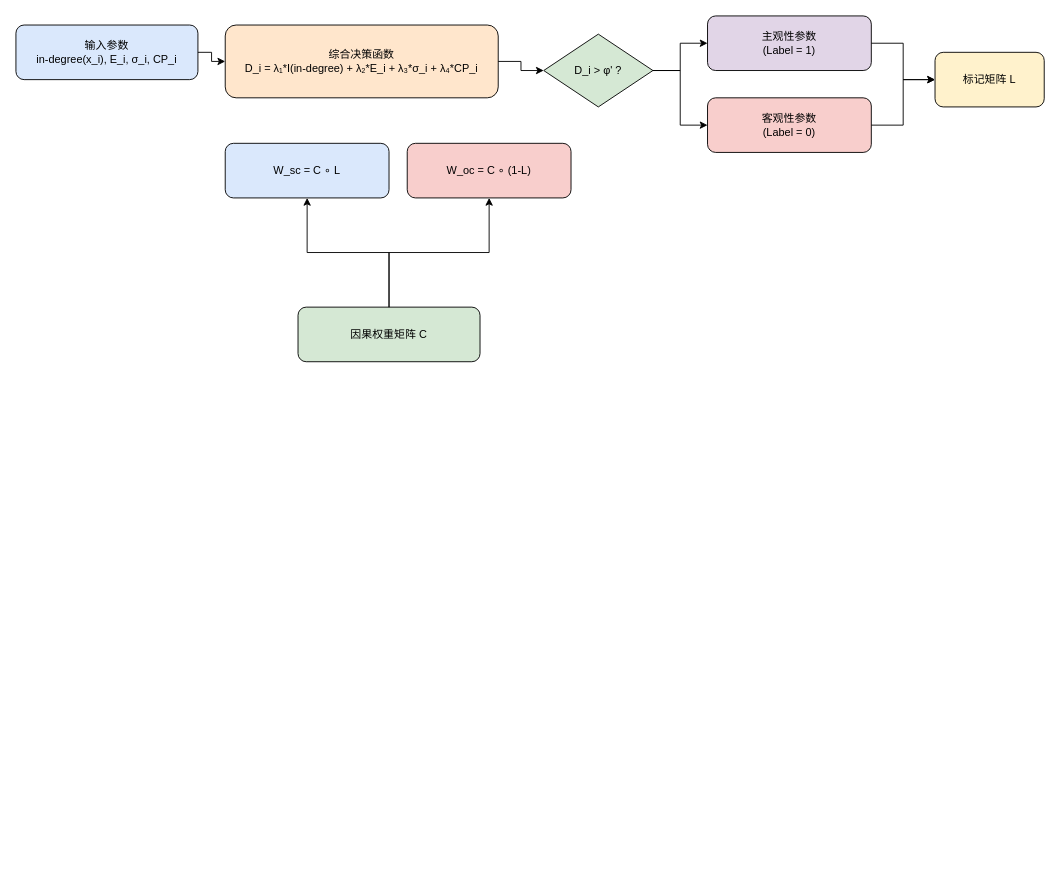
hzb29/hzb29 keeps this draw.io diagram as Causal.drawio. Above is the earlier version. Source tidied: cells renumbered, new cells numbered last; positions are measured from the earlier drawing's top-left corner, leaving out a move shared by most shapes. Both pictures are drawn from the tidied source at 91%, with x=0, y=0 at pixel (15, 15).
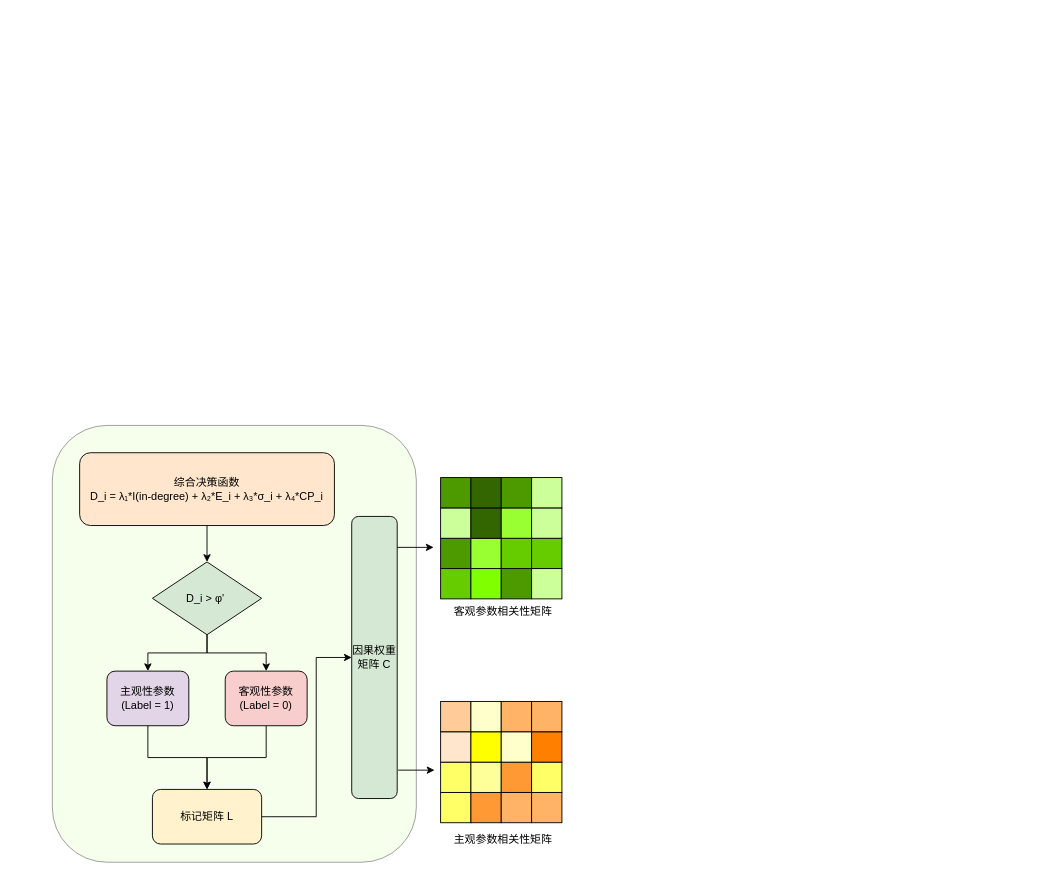
Above is the later version.

What changed in the source:
```diff
@@
-    <mxCell id="2" value="输入参数&#10;in-degree(x_i), E_i, σ_i, CP_i" style="rounded=1;whiteSpace=wrap;html=1;fillColor=#dae8fc;" parent="1" vertex="1">
-      <mxGeometry y="10" width="200" height="60" as="geometry" />
-    </mxCell>
+    <mxCell id="19" style="rounded=1;whiteSpace=wrap;html=1;fillColor=#E6FFCC;opacity=40;" parent="1" vertex="1">
+      <mxGeometry x="40" y="450" width="400" height="480" as="geometry" />
+    </mxCell>
     <mxCell id="3" value="综合决策函数&#10;D_i = λ₁*I(in-degree) + λ₂*E_i + λ₃*σ_i + λ₄*CP_i" style="rounded=1;whiteSpace=wrap;html=1;fillColor=#ffe6cc;" parent="1" vertex="1">
-      <mxGeometry x="230" y="10" width="300" height="80" as="geometry" />
+      <mxGeometry x="70" y="480" width="280" height="80" as="geometry" />
     </mxCell>
-    <mxCell id="4" value="D_i &gt; φ' ?" style="rhombus;whiteSpace=wrap;html=1;fillColor=#d5e8d4;" parent="1" vertex="1">
-      <mxGeometry x="580" y="20" width="120" height="80" as="geometry" />
+    <mxCell id="4" value="D_i &amp;gt; φ'&amp;nbsp;" style="rhombus;whiteSpace=wrap;html=1;fillColor=#d5e8d4;" parent="1" vertex="1">
+      <mxGeometry x="150" y="600" width="120" height="80" as="geometry" />
     </mxCell>
     <mxCell id="5" value="主观性参数&#10;(Label = 1)" style="rounded=1;whiteSpace=wrap;html=1;fillColor=#e1d5e7;" parent="1" vertex="1">
-      <mxGeometry x="760" width="180" height="60" as="geometry" />
+      <mxGeometry x="100" y="720" width="90" height="60" as="geometry" />
     </mxCell>
     <mxCell id="6" value="客观性参数&#10;(Label = 0)" style="rounded=1;whiteSpace=wrap;html=1;fillColor=#f8cecc;" parent="1" vertex="1">
-      <mxGeometry x="760" y="90" width="180" height="60" as="geometry" />
+      <mxGeometry x="230" y="720" width="90" height="60" as="geometry" />
     </mxCell>
     <mxCell id="7" value="因果权重矩阵 C" style="rounded=1;whiteSpace=wrap;html=1;fillColor=#d5e8d4;" parent="1" vertex="1">
-      <mxGeometry x="310" y="320" width="200" height="60" as="geometry" />
+      <mxGeometry x="369" y="550" width="50" height="310" as="geometry" />
     </mxCell>
-    <mxCell id="8" value="W_sc = C ∘ L" style="rounded=1;whiteSpace=wrap;html=1;fillColor=#dae8fc;" parent="1" vertex="1">
-      <mxGeometry x="230" y="140" width="180" height="60" as="geometry" />
-    </mxCell>
-    <mxCell id="9" value="W_oc = C ∘ (1-L)" style="rounded=1;whiteSpace=wrap;html=1;fillColor=#f8cecc;" parent="1" vertex="1">
-      <mxGeometry x="430" y="140" width="180" height="60" as="geometry" />
-    </mxCell>
+    <mxCell id="20" style="edgeStyle=orthogonalEdgeStyle;rounded=0;jettySize=auto;html=1;exitX=1;exitY=0.5;exitDx=0;exitDy=0;entryX=0;entryY=0.5;entryDx=0;entryDy=0;" parent="1" edge="1" source="10" target="7">
+      <mxGeometry relative="1" as="geometry">
+        <Array as="points">
+          <mxPoint x="330" y="880" />
+          <mxPoint x="330" y="705" />
+        </Array>
+      </mxGeometry>
+    </mxCell>
     <mxCell id="10" value="标记矩阵 L" style="rounded=1;whiteSpace=wrap;html=1;fillColor=#fff2cc;" parent="1" vertex="1">
-      <mxGeometry x="1010" y="40" width="120" height="60" as="geometry" />
+      <mxGeometry x="150" y="850" width="120" height="60" as="geometry" />
     </mxCell>
-    <mxCell id="11" style="edgeStyle=orthogonalEdgeStyle;rounded=0;html=1;" parent="1" edge="1" source="2" target="3">
-      <mxGeometry relative="1" as="geometry" />
-    </mxCell>
@@
-    <mxCell id="15" style="edgeStyle=orthogonalEdgeStyle;rounded=0;html=1;" parent="1" edge="1" source="7" target="8">
-      <mxGeometry relative="1" as="geometry" />
-    </mxCell>
-    <mxCell id="16" style="edgeStyle=orthogonalEdgeStyle;rounded=0;html=1;" parent="1" edge="1" source="7" target="9">
-      <mxGeometry relative="1" as="geometry" />
-    </mxCell>
@@
+    <mxCell id="21" style="group;" parent="1" vertex="1">
+      <mxGeometry x="460" y="504" width="160" height="140" as="geometry" />
+    </mxCell>
+    <mxCell id="22" style="whiteSpace=wrap;html=1;fillColor=#66CC00;" parent="21" vertex="1">
+      <mxGeometry x="6.7" y="103.3" width="33.3" height="33.3" as="geometry" />
+    </mxCell>
+    <mxCell id="23" style="whiteSpace=wrap;html=1;fillColor=#80FF00;" parent="21" vertex="1">
+      <mxGeometry x="40" y="103.3" width="33.3" height="33.3" as="geometry" />
+    </mxCell>
+    <mxCell id="24" style="whiteSpace=wrap;html=1;fillColor=#4D9900;" parent="21" vertex="1">
+      <mxGeometry x="73.3" y="103.3" width="33.3" height="33.3" as="geometry" />
+    </mxCell>
+    <mxCell id="25" style="whiteSpace=wrap;html=1;fillColor=#CCFF99;" parent="21" vertex="1">
+      <mxGeometry x="106.7" y="103.3" width="33.3" height="33.3" as="geometry" />
+    </mxCell>
+    <mxCell id="26" style="whiteSpace=wrap;html=1;fillColor=#4D9900;" parent="21" vertex="1">
+      <mxGeometry x="6.7" y="70" width="33.3" height="33.3" as="geometry" />
+    </mxCell>
+    <mxCell id="27" style="whiteSpace=wrap;html=1;fillColor=#99FF33;" parent="21" vertex="1">
+      <mxGeometry x="40" y="70" width="33.3" height="33.3" as="geometry" />
+    </mxCell>
+    <mxCell id="28" style="whiteSpace=wrap;html=1;fillColor=#66CC00;" parent="21" vertex="1">
+      <mxGeometry x="73.3" y="70" width="33.3" height="33.3" as="geometry" />
+    </mxCell>
+    <mxCell id="29" style="whiteSpace=wrap;html=1;fillColor=#66CC00;" parent="21" vertex="1">
+      <mxGeometry x="106.7" y="70" width="33.3" height="33.3" as="geometry" />
+    </mxCell>
+    <mxCell id="30" style="whiteSpace=wrap;html=1;fillColor=#CCFF99;" parent="21" vertex="1">
+      <mxGeometry x="6.7" y="36.7" width="33.3" height="33.3" as="geometry" />
+    </mxCell>
+    <mxCell id="31" style="whiteSpace=wrap;html=1;fillColor=#336600;" parent="21" vertex="1">
+      <mxGeometry x="40" y="36.7" width="33.3" height="33.3" as="geometry" />
+    </mxCell>
+    <mxCell id="32" style="whiteSpace=wrap;html=1;fillColor=#99FF33;" parent="21" vertex="1">
+      <mxGeometry x="73.3" y="36.7" width="33.3" height="33.3" as="geometry" />
+    </mxCell>
+    <mxCell id="33" style="whiteSpace=wrap;html=1;fillColor=#CCFF99;" parent="21" vertex="1">
+      <mxGeometry x="106.7" y="36.7" width="33.3" height="33.3" as="geometry" />
+    </mxCell>
+    <mxCell id="34" style="whiteSpace=wrap;html=1;fillColor=#4D9900;" parent="21" vertex="1">
+      <mxGeometry x="6.7" y="3.3" width="33.3" height="33.3" as="geometry" />
+    </mxCell>
+    <mxCell id="35" style="whiteSpace=wrap;html=1;fillColor=#336600;" parent="21" vertex="1">
+      <mxGeometry x="40" y="3.3" width="33.3" height="33.3" as="geometry" />
+    </mxCell>
+    <mxCell id="36" style="whiteSpace=wrap;html=1;fillColor=#4D9900;" parent="21" vertex="1">
+      <mxGeometry x="73.3" y="3.3" width="33.3" height="33.3" as="geometry" />
+    </mxCell>
+    <mxCell id="37" style="whiteSpace=wrap;html=1;fillColor=#CCFF99;" parent="21" vertex="1">
+      <mxGeometry x="106.7" y="3.3" width="33.3" height="33.3" as="geometry" />
+    </mxCell>
+    <mxCell id="38" style="group;" parent="1" vertex="1">
+      <mxGeometry x="460" y="750" width="160" height="140" as="geometry" />
+    </mxCell>
+    <mxCell id="39" style="whiteSpace=wrap;html=1;fillColor=#FFFF66;" parent="38" vertex="1">
+      <mxGeometry x="6.7" y="103.3" width="33.3" height="33.3" as="geometry" />
+    </mxCell>
+    <mxCell id="40" style="whiteSpace=wrap;html=1;fillColor=#FF9933;" parent="38" vertex="1">
+      <mxGeometry x="40" y="103.3" width="33.3" height="33.3" as="geometry" />
+    </mxCell>
+    <mxCell id="41" style="whiteSpace=wrap;html=1;fillColor=#FFB366;" parent="38" vertex="1">
+      <mxGeometry x="73.3" y="103.3" width="33.3" height="33.3" as="geometry" />
+    </mxCell>
+    <mxCell id="42" style="whiteSpace=wrap;html=1;fillColor=#FFB366;" parent="38" vertex="1">
+      <mxGeometry x="106.7" y="103.3" width="33.3" height="33.3" as="geometry" />
+    </mxCell>
+    <mxCell id="43" style="whiteSpace=wrap;html=1;fillColor=#FFFF66;" parent="38" vertex="1">
+      <mxGeometry x="6.7" y="70" width="33.3" height="33.3" as="geometry" />
+    </mxCell>
+    <mxCell id="44" style="whiteSpace=wrap;html=1;fillColor=#FFFF99;" parent="38" vertex="1">
+      <mxGeometry x="40" y="70" width="33.3" height="33.3" as="geometry" />
+    </mxCell>
+    <mxCell id="45" style="whiteSpace=wrap;html=1;fillColor=#FF9933;" parent="38" vertex="1">
+      <mxGeometry x="73.3" y="70" width="33.3" height="33.3" as="geometry" />
+    </mxCell>
+    <mxCell id="46" style="whiteSpace=wrap;html=1;fillColor=#FFFF66;" parent="38" vertex="1">
+      <mxGeometry x="106.7" y="70" width="33.3" height="33.3" as="geometry" />
+    </mxCell>
+    <mxCell id="47" style="whiteSpace=wrap;html=1;fillColor=#FFE6CC;" parent="38" vertex="1">
+      <mxGeometry x="6.7" y="36.7" width="33.3" height="33.3" as="geometry" />
+    </mxCell>
+    <mxCell id="48" style="whiteSpace=wrap;html=1;fillColor=#FFFF00;" parent="38" vertex="1">
+      <mxGeometry x="40" y="36.7" width="33.3" height="33.3" as="geometry" />
+    </mxCell>
+    <mxCell id="49" style="whiteSpace=wrap;html=1;fillColor=#FFFFCC;" parent="38" vertex="1">
+      <mxGeometry x="73.3" y="36.7" width="33.3" height="33.3" as="geometry" />
+    </mxCell>
+    <mxCell id="50" style="whiteSpace=wrap;html=1;fillColor=#FF8000;" parent="38" vertex="1">
+      <mxGeometry x="106.7" y="36.7" width="33.3" height="33.3" as="geometry" />
+    </mxCell>
+    <mxCell id="51" style="whiteSpace=wrap;html=1;fillColor=#FFCC99;" parent="38" vertex="1">
+      <mxGeometry x="6.7" y="3.3" width="33.3" height="33.3" as="geometry" />
+    </mxCell>
+    <mxCell id="52" style="whiteSpace=wrap;html=1;fillColor=#FFFFCC;" parent="38" vertex="1">
+      <mxGeometry x="40" y="3.3" width="33.3" height="33.3" as="geometry" />
+    </mxCell>
+    <mxCell id="53" style="whiteSpace=wrap;html=1;fillColor=#FFB366;" parent="38" vertex="1">
+      <mxGeometry x="73.3" y="3.3" width="33.3" height="33.3" as="geometry" />
+    </mxCell>
+    <mxCell id="54" style="whiteSpace=wrap;html=1;fillColor=#FFB366;" parent="38" vertex="1">
+      <mxGeometry x="106.7" y="3.3" width="33.3" height="33.3" as="geometry" />
+    </mxCell>
+    <mxCell id="55" style="endArrow=classic;html=1;rounded=0;" parent="1" edge="1">
+      <mxGeometry relative="1" as="geometry">
+        <mxPoint x="419" y="584" as="sourcePoint" />
+        <mxPoint x="459" y="584" as="targetPoint" />
+      </mxGeometry>
+    </mxCell>
+    <mxCell id="56" style="endArrow=classic;html=1;rounded=0;" parent="1" edge="1">
+      <mxGeometry relative="1" as="geometry">
+        <mxPoint x="420" y="828.8" as="sourcePoint" />
+        <mxPoint x="460" y="828.8" as="targetPoint" />
+      </mxGeometry>
+    </mxCell>
+    <mxCell id="57" value="客观参数相关性矩阵" style="text;html=1;align=center;verticalAlign=middle;strokeColor=none;fillColor=none;" parent="1" vertex="1">
+      <mxGeometry x="470" y="640" width="130" height="30" as="geometry" />
+    </mxCell>
+    <mxCell id="58" value="主观参数相关性矩阵" style="text;html=1;align=center;verticalAlign=middle;strokeColor=none;fillColor=none;" parent="1" vertex="1">
+      <mxGeometry x="470" y="890" width="130" height="30" as="geometry" />
+    </mxCell>
```
